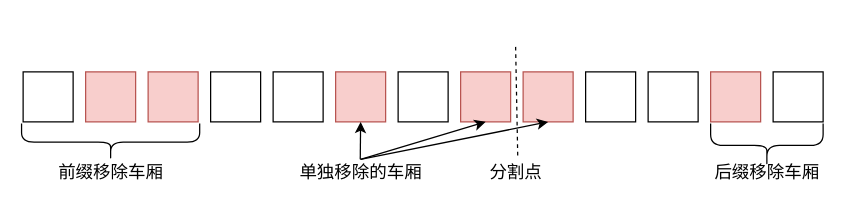
Earlier version of the draw.io diagram 未命名绘图.drawio (EndlessCheng/EndlessCheng). Source tidied: cells renumbered, new cells numbered last; positions are measured from the earlier drawing's top-left corner, leaving out a move shared by most shapes. Both pictures are drawn from the tidied source at 125%, with x=0, y=0 at pixel (22, 46).
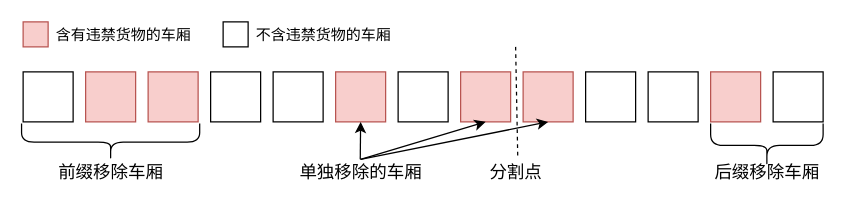
After the change.

The edit, as a diff of the source:
```diff
@@
+    <mxCell id="25" style="whiteSpace=wrap;html=1;fontSize=14;fillColor=#f8cecc;strokeColor=#b85450;" parent="1" vertex="1">
+      <mxGeometry y="-20" width="20" height="20" as="geometry" />
+    </mxCell>
+    <mxCell id="26" value="&lt;span style=&quot;font-size: 12px&quot;&gt;含有违禁货物的车厢&lt;/span&gt;" style="text;html=1;align=center;verticalAlign=middle;fillColor=none;strokeColor=none;rounded=0;fontSize=14;" parent="1" vertex="1">
+      <mxGeometry x="20" y="-20" width="120" height="20" as="geometry" />
+    </mxCell>
+    <mxCell id="27" style="whiteSpace=wrap;html=1;fontSize=14;" parent="1" vertex="1">
+      <mxGeometry x="160" y="-20" width="20" height="20" as="geometry" />
+    </mxCell>
+    <mxCell id="28" value="&lt;span style=&quot;font-size: 12px&quot;&gt;不含违禁货物的车厢&lt;/span&gt;" style="text;html=1;align=center;verticalAlign=middle;fillColor=none;strokeColor=none;rounded=0;fontSize=14;" parent="1" vertex="1">
+      <mxGeometry x="180" y="-20" width="120" height="20" as="geometry" />
+    </mxCell>
```
